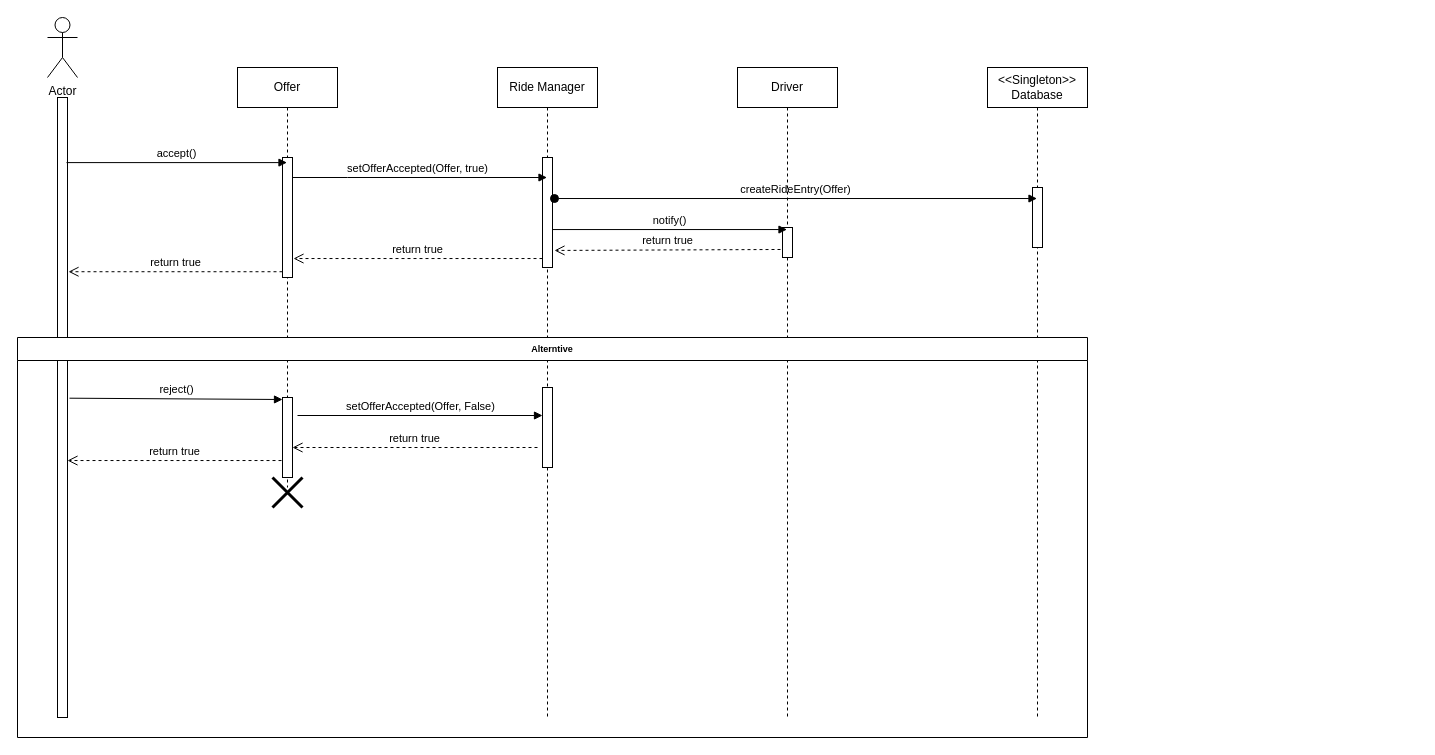
KareemMAX/CarApp keeps this draw.io diagram as diagrams/Offer_Accepting.drawio. Above is the earlier version. Source tidied: cells renumbered, new cells numbered last; positions are measured from the earlier drawing's top-left corner, leaving out a move shared by most shapes. Both pictures are drawn from the tidied source at 100%, with x=0, y=0 at pixel (17, 17).
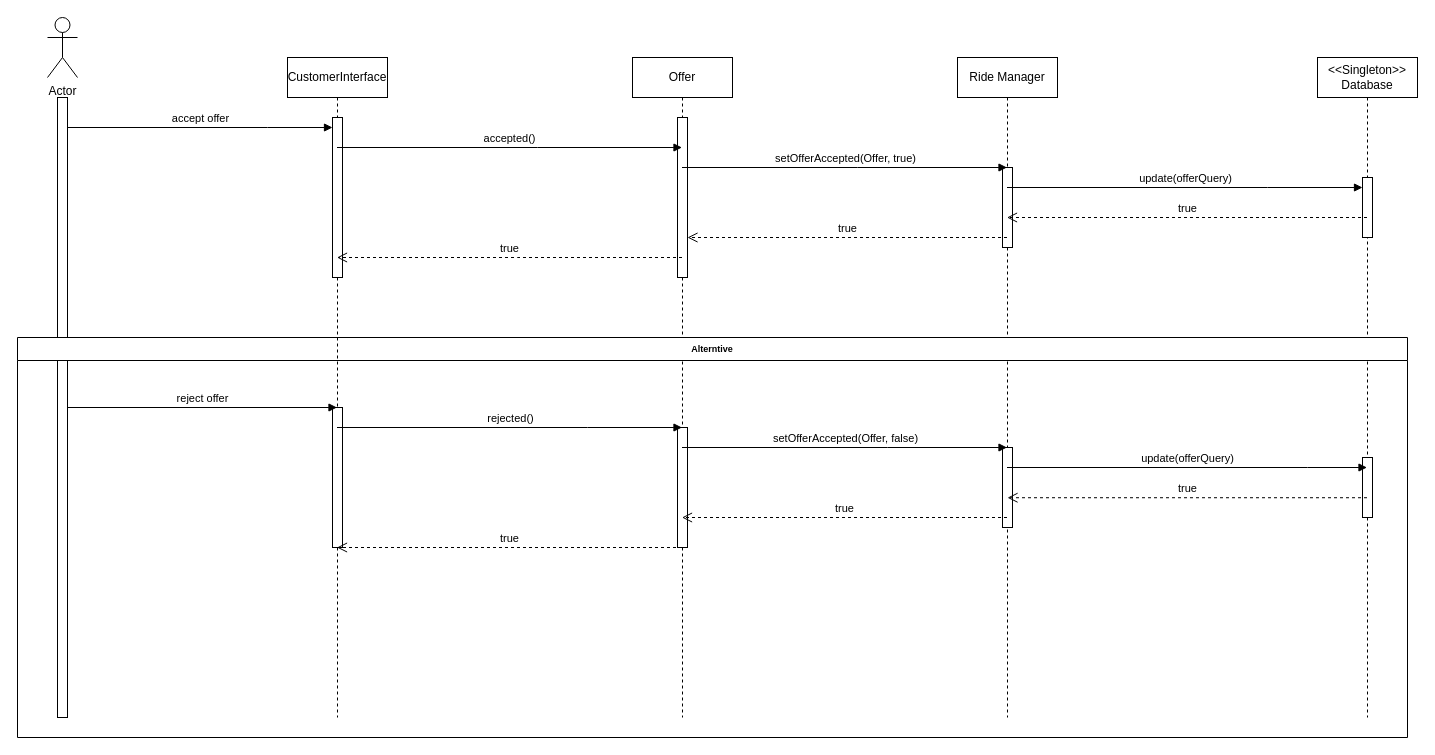
After the change.

Commit message (it also covers changes not shown here):
Fixed Ride List & Offer Accepting diagrams

The change refers to these unchanged cells:
```xml
<mxCell id="5" style="html=1;points=[];perimeter=orthogonalPerimeter;" parent="1" vertex="1">
  <mxGeometry x="40" y="80" width="10" height="620" as="geometry" />
</mxCell>
<mxCell id="7" style="html=1;points=[];perimeter=orthogonalPerimeter;" parent="6" vertex="1">
  <mxGeometry x="45" y="120" width="10" height="60" as="geometry" />
</mxCell>
```

The edit, as a diff of the source:
```diff
@@
     <mxCell id="2" value="Ride Manager" style="shape=umlLifeline;perimeter=lifelinePerimeter;whiteSpace=wrap;html=1;outlineConnect=0;" parent="1" vertex="1">
-      <mxGeometry x="480" y="50" width="100" height="650" as="geometry" />
+      <mxGeometry x="940" y="40" width="100" height="660" as="geometry" />
     </mxCell>
-    <mxCell id="3" style="html=1;points=[];perimeter=orthogonalPerimeter;" parent="2" vertex="1">
-      <mxGeometry x="45" y="90" width="10" height="110" as="geometry" />
-    </mxCell>
+    <mxCell id="27" style="html=1;perimeter=orthogonalPerimeter;" parent="2" vertex="1">
+      <mxGeometry x="45" y="110" width="10" height="80" as="geometry" />
+    </mxCell>
+    <mxCell id="28" style="html=1;perimeter=orthogonalPerimeter;" parent="2" vertex="1">
+      <mxGeometry x="45" y="390" width="10" height="80" as="geometry" />
+    </mxCell>
@@
     <mxCell id="6" value="&amp;lt;&amp;lt;Singleton&amp;gt;&amp;gt;&lt;br&gt;Database" style="shape=umlLifeline;perimeter=lifelinePerimeter;whiteSpace=wrap;html=1;outlineConnect=0;" parent="1" vertex="1">
-      <mxGeometry x="970" y="50" width="100" height="650" as="geometry" />
+      <mxGeometry x="1300" y="40" width="100" height="660" as="geometry" />
     </mxCell>
@@
     <mxCell id="8" value="Offer" style="shape=umlLifeline;perimeter=lifelinePerimeter;whiteSpace=wrap;html=1;outlineConnect=0;" parent="1" vertex="1">
-      <mxGeometry x="220" y="50" width="100" height="420" as="geometry" />
+      <mxGeometry x="615" y="40" width="100" height="660" as="geometry" />
     </mxCell>
-    <mxCell id="9" style="html=1;points=[];perimeter=orthogonalPerimeter;" parent="8" vertex="1">
-      <mxGeometry x="45" y="90" width="10" height="120" as="geometry" />
-    </mxCell>
-    <mxCell id="10" value="accept()" style="html=1;verticalAlign=bottom;endArrow=block;rounded=0;exitX=0.9;exitY=0.105;exitDx=0;exitDy=0;exitPerimeter=0;" parent="1" edge="1" source="5" target="8">
-      <mxGeometry relative="1" as="geometry" />
-    </mxCell>
+    <mxCell id="29" style="html=1;points=[];perimeter=orthogonalPerimeter;" parent="8" vertex="1">
+      <mxGeometry x="45" y="60" width="10" height="160" as="geometry" />
+    </mxCell>
+    <mxCell id="18" value="Alterntive" style="swimlane;fontSize=9;" parent="1" vertex="1">
+      <mxGeometry y="320" width="1390" height="400" as="geometry" />
+    </mxCell>
+    <mxCell id="30" style="html=1;perimeter=orthogonalPerimeter;" parent="18" vertex="1">
+      <mxGeometry x="660" y="90" width="10" height="120" as="geometry" />
+    </mxCell>
+    <mxCell id="31" style="html=1;perimeter=orthogonalPerimeter;" parent="18" vertex="1">
+      <mxGeometry x="1345" y="120" width="10" height="60" as="geometry" />
+    </mxCell>
+    <mxCell id="32" value="CustomerInterface" style="shape=umlLifeline;perimeter=lifelinePerimeter;whiteSpace=wrap;html=1;outlineConnect=0;" parent="1" vertex="1">
+      <mxGeometry x="270" y="40" width="100" height="660" as="geometry" />
+    </mxCell>
+    <mxCell id="33" style="html=1;points=[];perimeter=orthogonalPerimeter;" parent="32" vertex="1">
+      <mxGeometry x="45" y="60" width="10" height="160" as="geometry" />
+    </mxCell>
+    <mxCell id="34" style="html=1;perimeter=orthogonalPerimeter;" parent="32" vertex="1">
+      <mxGeometry x="45" y="350" width="10" height="140" as="geometry" />
+    </mxCell>
+    <mxCell id="35" value="accept offer" style="html=1;verticalAlign=bottom;endArrow=block;rounded=0;" parent="1" edge="1" source="5" target="33">
+      <mxGeometry relative="1" as="geometry">
+        <Array as="points">
+          <mxPoint x="250" y="110" />
+        </Array>
+      </mxGeometry>
+    </mxCell>
+    <mxCell id="36" value="accepted()" style="html=1;verticalAlign=bottom;endArrow=block;rounded=0;" parent="1" edge="1" source="32" target="8">
+      <mxGeometry x="-0.01" relative="1" as="geometry">
+        <Array as="points">
+          <mxPoint x="520" y="130" />
+        </Array>
+        <mxPoint x="1" as="offset" />
+      </mxGeometry>
+    </mxCell>
-    <mxCell id="11" value="setOfferAccepted(Offer, true)" style="html=1;verticalAlign=bottom;endArrow=block;rounded=0;" parent="1" edge="1" source="9" target="2">
-      <mxGeometry x="-0.02" relative="1" as="geometry">
+    <mxCell id="11" value="setOfferAccepted(Offer, true)" style="html=1;verticalAlign=bottom;endArrow=block;rounded=0;" parent="1" edge="1" source="8" target="2">
+      <mxGeometry relative="1" as="geometry">
         <Array as="points">
-          <mxPoint x="330" y="160" />
+          <mxPoint x="840" y="150" />
         </Array>
       </mxGeometry>
     </mxCell>
-    <mxCell id="12" value="createRideEntry(Offer)" style="html=1;verticalAlign=bottom;startArrow=oval;startFill=1;endArrow=block;startSize=8;rounded=0;exitX=1.2;exitY=0.373;exitDx=0;exitDy=0;exitPerimeter=0;" parent="1" edge="1" source="3" target="6">
-      <mxGeometry relative="1" as="geometry" />
-    </mxCell>
-    <mxCell id="13" value="Driver" style="shape=umlLifeline;perimeter=lifelinePerimeter;whiteSpace=wrap;html=1;outlineConnect=0;" parent="1" vertex="1">
-      <mxGeometry x="720" y="50" width="100" height="650" as="geometry" />
-    </mxCell>
-    <mxCell id="14" style="html=1;points=[];perimeter=orthogonalPerimeter;" parent="13" vertex="1">
-      <mxGeometry x="45" y="160" width="10" height="30" as="geometry" />
-    </mxCell>
-    <mxCell id="15" value="notify()" style="html=1;verticalAlign=bottom;endArrow=block;rounded=0;exitX=1;exitY=0.655;exitDx=0;exitDy=0;exitPerimeter=0;" parent="1" edge="1" source="3" target="13">
-      <mxGeometry relative="1" as="geometry" />
-    </mxCell>
-    <mxCell id="16" value="return true" style="html=1;verticalAlign=bottom;endArrow=open;dashed=1;endSize=8;rounded=0;entryX=1.1;entryY=0.842;entryDx=0;entryDy=0;entryPerimeter=0;" parent="1" edge="1" source="3" target="9">
-      <mxGeometry relative="1" as="geometry" />
-    </mxCell>
-    <mxCell id="17" value="return true" style="html=1;verticalAlign=bottom;endArrow=open;dashed=1;endSize=8;rounded=0;entryX=1.1;entryY=0.281;entryDx=0;entryDy=0;entryPerimeter=0;" parent="1" edge="1" source="9" target="5">
-      <mxGeometry relative="1" as="geometry" />
-    </mxCell>
-    <mxCell id="18" value="Alterntive" style="swimlane;fontSize=9;" parent="1" vertex="1">
-      <mxGeometry y="320" width="1070" height="400" as="geometry" />
-    </mxCell>
-    <mxCell id="19" style="html=1;points=[];perimeter=orthogonalPerimeter;" parent="18" vertex="1">
-      <mxGeometry x="265" y="60" width="10" height="80" as="geometry" />
-    </mxCell>
-    <mxCell id="20" style="shape=umlDestroy;whiteSpace=wrap;html=1;strokeWidth=3;" parent="18" vertex="1">
-      <mxGeometry x="255" y="140" width="30" height="30" as="geometry" />
-    </mxCell>
-    <mxCell id="21" value="setOfferAccepted(Offer, False)" style="html=1;verticalAlign=bottom;endArrow=block;rounded=0;exitX=1.5;exitY=0.225;exitDx=0;exitDy=0;exitPerimeter=0;entryX=0;entryY=0.35;entryDx=0;entryDy=0;entryPerimeter=0;" parent="18" edge="1" source="19" target="22">
-      <mxGeometry relative="1" as="geometry" />
-    </mxCell>
-    <mxCell id="22" style="html=1;points=[];perimeter=orthogonalPerimeter;" parent="18" vertex="1">
-      <mxGeometry x="525" y="50" width="10" height="80" as="geometry" />
-    </mxCell>
-    <mxCell id="23" value="return true" style="html=1;verticalAlign=bottom;endArrow=open;dashed=1;endSize=8;rounded=0;entryX=1.2;entryY=0.845;entryDx=0;entryDy=0;entryPerimeter=0;exitX=-0.2;exitY=0.733;exitDx=0;exitDy=0;exitPerimeter=0;" parent="1" edge="1" source="14" target="3">
-      <mxGeometry relative="1" as="geometry" />
-    </mxCell>
-    <mxCell id="24" value="reject()" style="html=1;verticalAlign=bottom;endArrow=block;rounded=0;exitX=1.2;exitY=0.485;exitDx=0;exitDy=0;exitPerimeter=0;entryX=0;entryY=0.025;entryDx=0;entryDy=0;entryPerimeter=0;" parent="1" edge="1" source="5" target="19">
-      <mxGeometry relative="1" as="geometry" />
-    </mxCell>
-    <mxCell id="25" value="return true" style="html=1;verticalAlign=bottom;endArrow=open;dashed=1;endSize=8;rounded=0;" parent="1" edge="1" target="19">
-      <mxGeometry relative="1" as="geometry">
-        <mxPoint x="520" y="430" as="sourcePoint" />
-      </mxGeometry>
-    </mxCell>
-    <mxCell id="26" value="return true" style="html=1;verticalAlign=bottom;endArrow=open;dashed=1;endSize=8;rounded=0;exitX=-0.1;exitY=0.788;exitDx=0;exitDy=0;exitPerimeter=0;" parent="1" edge="1" source="19" target="5">
-      <mxGeometry relative="1" as="geometry" />
-    </mxCell>
+    <mxCell id="37" value="update(offerQuery)" style="html=1;verticalAlign=bottom;endArrow=block;rounded=0;" parent="1" edge="1" source="2" target="7">
+      <mxGeometry relative="1" as="geometry">
+        <Array as="points">
+          <mxPoint x="1250" y="170" />
+        </Array>
+      </mxGeometry>
+    </mxCell>
+    <mxCell id="38" value="true" style="html=1;verticalAlign=bottom;endArrow=open;dashed=1;endSize=8;rounded=0;" parent="1" edge="1" source="6" target="2">
+      <mxGeometry relative="1" as="geometry">
+        <Array as="points">
+          <mxPoint x="1190" y="200" />
+        </Array>
+      </mxGeometry>
+    </mxCell>
+    <mxCell id="39" value="true" style="html=1;verticalAlign=bottom;endArrow=open;dashed=1;endSize=8;rounded=0;" parent="1" edge="1" source="8" target="32">
+      <mxGeometry relative="1" as="geometry">
+        <Array as="points">
+          <mxPoint x="500" y="240" />
+        </Array>
+      </mxGeometry>
+    </mxCell>
+    <mxCell id="40" value="true" style="html=1;verticalAlign=bottom;endArrow=open;dashed=1;endSize=8;rounded=0;" parent="1" edge="1" source="2" target="29">
+      <mxGeometry relative="1" as="geometry">
+        <Array as="points">
+          <mxPoint x="860" y="220" />
+        </Array>
+      </mxGeometry>
+    </mxCell>
+    <mxCell id="41" value="reject offer" style="html=1;verticalAlign=bottom;endArrow=block;rounded=0;" parent="1" edge="1" source="5" target="32">
+      <mxGeometry relative="1" as="geometry" />
+    </mxCell>
+    <mxCell id="42" value="rejected()" style="html=1;verticalAlign=bottom;endArrow=block;rounded=0;" parent="1" edge="1" source="32" target="8">
+      <mxGeometry relative="1" as="geometry">
+        <Array as="points">
+          <mxPoint x="570" y="410" />
+        </Array>
+      </mxGeometry>
+    </mxCell>
+    <mxCell id="43" value="setOfferAccepted(Offer, false)" style="html=1;verticalAlign=bottom;endArrow=block;rounded=0;" parent="1" edge="1" source="8" target="2">
+      <mxGeometry relative="1" as="geometry">
+        <Array as="points">
+          <mxPoint x="870" y="430" />
+        </Array>
+      </mxGeometry>
+    </mxCell>
+    <mxCell id="44" value="update(offerQuery)" style="html=1;verticalAlign=bottom;endArrow=block;rounded=0;" parent="1" edge="1" source="2" target="6">
+      <mxGeometry relative="1" as="geometry">
+        <Array as="points">
+          <mxPoint x="1290" y="450" />
+        </Array>
+      </mxGeometry>
+    </mxCell>
+    <mxCell id="45" value="true" style="html=1;verticalAlign=bottom;endArrow=open;dashed=1;endSize=8;rounded=0;entryX=0.5;entryY=0.667;entryDx=0;entryDy=0;entryPerimeter=0;" parent="1" edge="1" source="6" target="2">
+      <mxGeometry relative="1" as="geometry" />
+    </mxCell>
+    <mxCell id="46" value="true" style="html=1;verticalAlign=bottom;endArrow=open;dashed=1;endSize=8;rounded=0;" parent="1" edge="1" source="2" target="8">
+      <mxGeometry relative="1" as="geometry">
+        <Array as="points">
+          <mxPoint x="800" y="500" />
+        </Array>
+      </mxGeometry>
+    </mxCell>
+    <mxCell id="47" value="true" style="html=1;verticalAlign=bottom;endArrow=open;dashed=1;endSize=8;rounded=0;" parent="1" edge="1" source="8" target="32">
+      <mxGeometry relative="1" as="geometry">
+        <Array as="points">
+          <mxPoint x="540" y="530" />
+        </Array>
+      </mxGeometry>
+    </mxCell>
```
